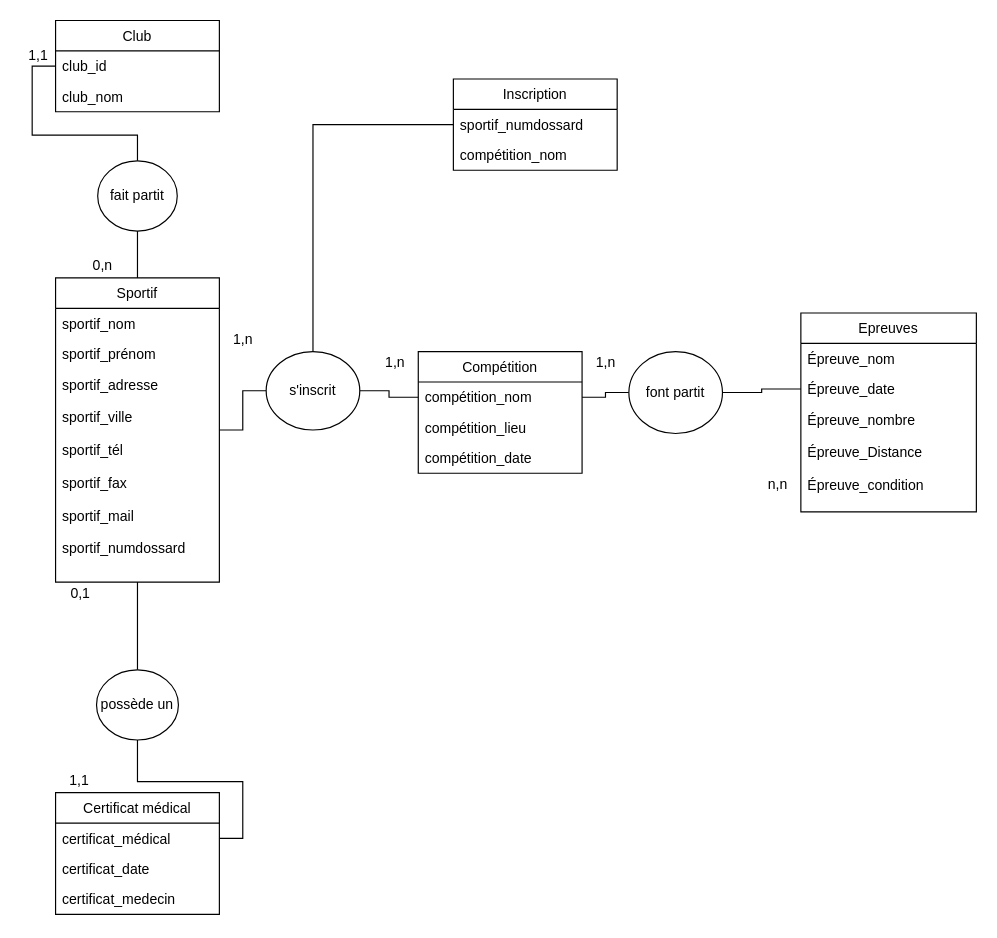
Before: Samy diagram final .drawio in SamyBoubaker/project, a draw.io diagram. Source tidied: cells renumbered, new cells numbered last; positions are measured from the earlier drawing's top-left corner, leaving out a move shared by most shapes. Both pictures are drawn from the tidied source at 117%, with x=0, y=0 at pixel (20, 20).
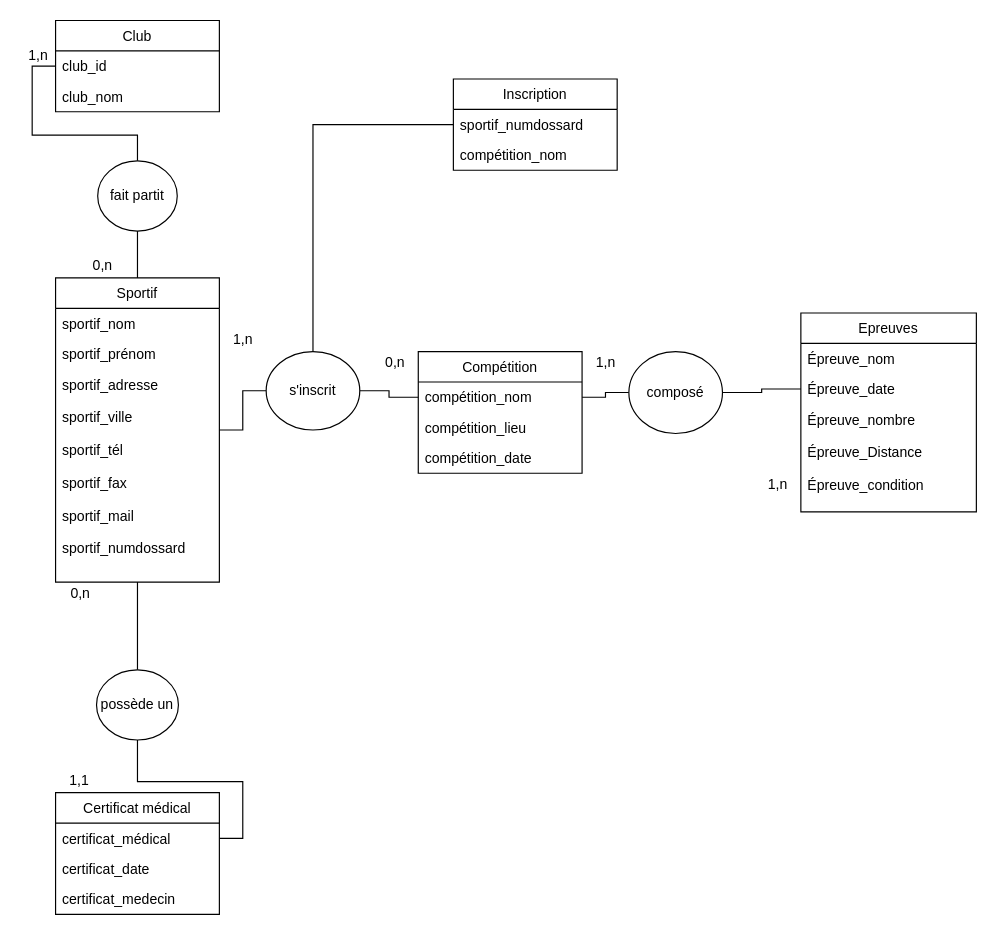
After the change.

The edit, as a diff of the source:
```diff
@@
-    <mxCell id="26" value="font partit" style="ellipse;whiteSpace=wrap;html=1;" parent="1" vertex="1">
+    <mxCell id="26" value="composé" style="ellipse;whiteSpace=wrap;html=1;" parent="1" vertex="1">
       <mxGeometry x="520" y="283" width="80" height="70" as="geometry" />
     </mxCell>
@@
-    <mxCell id="37" value="1,1" style="text;html=1;align=center;verticalAlign=middle;" parent="1" vertex="1">
+    <mxCell id="37" value="1,n" style="text;html=1;align=center;verticalAlign=middle;" parent="1" vertex="1">
       <mxGeometry y="20" width="30" height="20" as="geometry" />
     </mxCell>
@@
-    <mxCell id="40" value="0,1" style="text;html=1;align=center;verticalAlign=middle;" parent="1" vertex="1">
+    <mxCell id="40" value="0,n" style="text;html=1;align=center;verticalAlign=middle;" parent="1" vertex="1">
       <mxGeometry x="36" y="480" width="30" height="20" as="geometry" />
     </mxCell>
@@
-    <mxCell id="42" value="1,n" style="text;html=1;align=center;verticalAlign=middle;" parent="1" vertex="1">
+    <mxCell id="42" value="0,n" style="text;html=1;align=center;verticalAlign=middle;" parent="1" vertex="1">
       <mxGeometry x="305" y="283" width="30" height="20" as="geometry" />
     </mxCell>
@@
-    <mxCell id="44" value="n,n" style="text;html=1;align=center;verticalAlign=middle;" parent="1" vertex="1">
+    <mxCell id="44" value="1,n" style="text;html=1;align=center;verticalAlign=middle;" parent="1" vertex="1">
       <mxGeometry x="632" y="387" width="30" height="20" as="geometry" />
     </mxCell>
```
